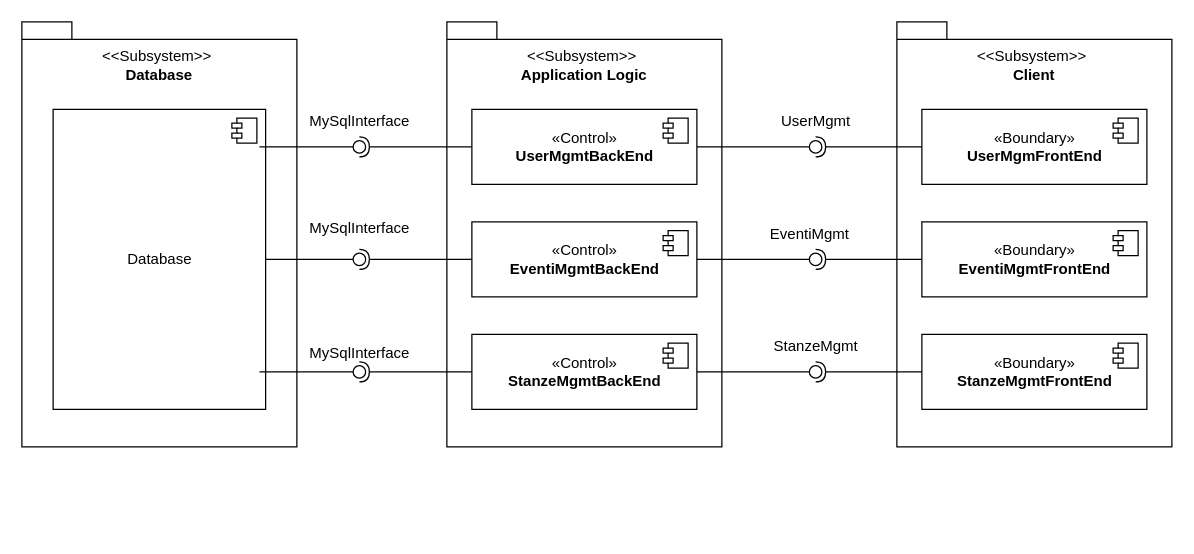
Above: Iterazione 1/ComponentDiagram.drawio in GionathaPirola/Progetto_PAC-GESA (draw.io), before the change. Source tidied: cells renumbered, new cells numbered last; positions are measured from the earlier drawing's top-left corner, leaving out a move shared by most shapes. Both pictures are drawn from the tidied source at 125%, with x=0, y=0 at pixel (21, 21).
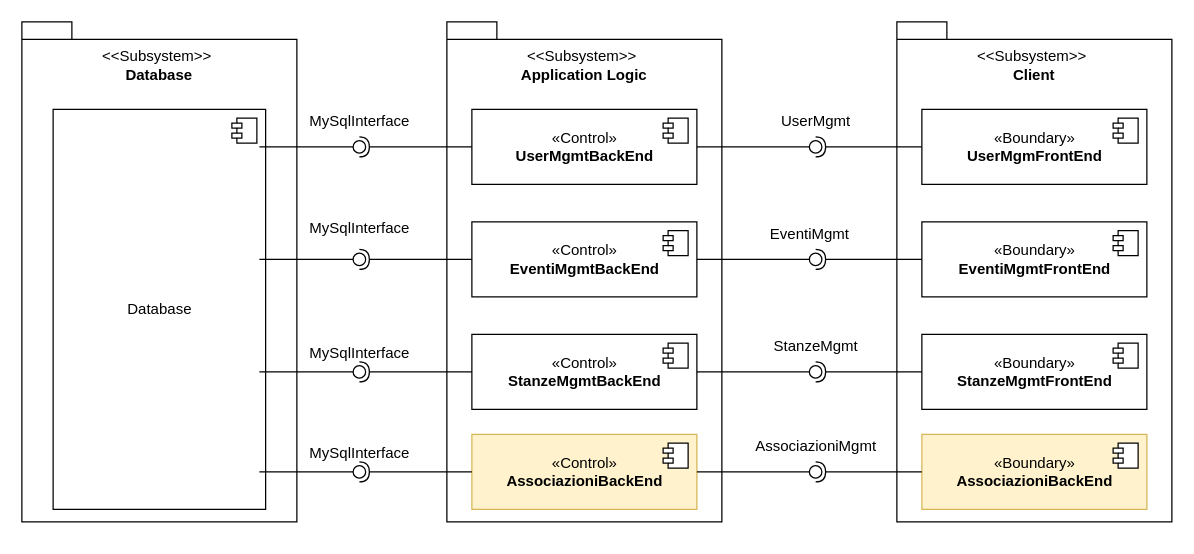
The same diagram, later.

Unchanged cells that the change refers to:
```xml
<mxCell id="29" style="ellipse;whiteSpace=wrap;html=1;align=center;points=[];outlineConnect=0;sketch=0;" parent="1" vertex="1">
  <mxGeometry x="265" y="185" width="10" height="10" as="geometry" />
</mxCell>
<mxCell id="43" style="ellipse;whiteSpace=wrap;html=1;align=center;points=[];outlineConnect=0;sketch=0;direction=south;" parent="1" vertex="1">
  <mxGeometry x="265" y="275" width="10" height="10" as="geometry" />
</mxCell>
```

What changed in the source:
```diff
@@
     <mxCell id="2" style="shape=folder;fontStyle=1;spacingTop=10;tabWidth=40;tabHeight=14;tabPosition=left;html=1;labelPosition=center;verticalLabelPosition=middle;align=center;verticalAlign=middle;" parent="1" vertex="1">
-      <mxGeometry width="220" height="340" as="geometry" />
+      <mxGeometry width="220" height="400" as="geometry" />
     </mxCell>
     <mxCell id="3" value="Database" style="html=1;" parent="1" vertex="1">
-      <mxGeometry x="25" y="70" width="170" height="240" as="geometry" />
+      <mxGeometry x="25" y="70" width="170" height="320" as="geometry" />
     </mxCell>
@@
     <mxCell id="7" style="shape=folder;fontStyle=1;spacingTop=10;tabWidth=40;tabHeight=14;tabPosition=left;html=1;labelPosition=center;verticalLabelPosition=middle;align=center;verticalAlign=middle;" parent="1" vertex="1">
-      <mxGeometry x="340" width="220" height="340" as="geometry" />
+      <mxGeometry x="340" width="220" height="400" as="geometry" />
     </mxCell>
@@
     <mxCell id="10" style="shape=folder;fontStyle=1;spacingTop=10;tabWidth=40;tabHeight=14;tabPosition=left;html=1;labelPosition=center;verticalLabelPosition=middle;align=center;verticalAlign=middle;" parent="1" vertex="1">
-      <mxGeometry x="700" width="220" height="340" as="geometry" />
+      <mxGeometry x="700" width="220" height="400" as="geometry" />
     </mxCell>
@@
-    <mxCell id="27" style="rounded=0;jettySize=auto;html=1;endArrow=none;endFill=0;sketch=0;sourcePerimeterSpacing=0;targetPerimeterSpacing=0;" parent="1" edge="1" source="3" target="29">
-      <mxGeometry relative="1" as="geometry" />
+    <mxCell id="27" style="rounded=0;jettySize=auto;html=1;endArrow=none;endFill=0;sketch=0;sourcePerimeterSpacing=0;targetPerimeterSpacing=0;" parent="1" edge="1" target="29">
+      <mxGeometry relative="1" as="geometry">
+        <mxPoint x="190" y="190" as="sourcePoint" />
+      </mxGeometry>
     </mxCell>
@@
-    <mxCell id="41" style="rounded=0;jettySize=auto;html=1;endArrow=none;endFill=0;sketch=0;sourcePerimeterSpacing=0;targetPerimeterSpacing=0;exitX=0.971;exitY=0.875;exitDx=0;exitDy=0;exitPerimeter=0;" parent="1" edge="1" source="3" target="43">
-      <mxGeometry relative="1" as="geometry" />
+    <mxCell id="41" style="rounded=0;jettySize=auto;html=1;endArrow=none;endFill=0;sketch=0;sourcePerimeterSpacing=0;targetPerimeterSpacing=0;" parent="1" edge="1" target="43">
+      <mxGeometry relative="1" as="geometry">
+        <mxPoint x="190" y="280" as="sourcePoint" />
+      </mxGeometry>
     </mxCell>
@@
+    <mxCell id="50" value="«Control»&lt;br&gt;&lt;b&gt;AssociazioniBackEnd&lt;/b&gt;" style="html=1;fillColor=#fff2cc;strokeColor=#d6b656;" parent="1" vertex="1">
+      <mxGeometry x="360" y="330" width="180" height="60" as="geometry" />
+    </mxCell>
+    <mxCell id="51" style="shape=module;jettyWidth=8;jettyHeight=4;" parent="50" vertex="1">
+      <mxGeometry x="1" width="20" height="20" relative="1" as="geometry">
+        <mxPoint x="-27" y="7" as="offset" />
+      </mxGeometry>
+    </mxCell>
+    <mxCell id="52" value="«Boundary»&lt;br&gt;&lt;b&gt;AssociazioniBackEnd&lt;/b&gt;" style="html=1;fillColor=#fff2cc;strokeColor=#d6b656;" parent="1" vertex="1">
+      <mxGeometry x="720" y="330" width="180" height="60" as="geometry" />
+    </mxCell>
+    <mxCell id="53" style="shape=module;jettyWidth=8;jettyHeight=4;" parent="52" vertex="1">
+      <mxGeometry x="1" width="20" height="20" relative="1" as="geometry">
+        <mxPoint x="-27" y="7" as="offset" />
+      </mxGeometry>
+    </mxCell>
+    <mxCell id="54" style="rounded=0;jettySize=auto;html=1;endArrow=none;endFill=0;sketch=0;sourcePerimeterSpacing=0;targetPerimeterSpacing=0;" parent="1" edge="1" target="56">
+      <mxGeometry relative="1" as="geometry">
+        <mxPoint x="190" y="360" as="sourcePoint" />
+      </mxGeometry>
+    </mxCell>
+    <mxCell id="55" style="rounded=0;jettySize=auto;html=1;endArrow=halfCircle;endFill=0;entryX=0.5;entryY=0.5;endSize=6;strokeWidth=1;sketch=0;" parent="1" edge="1" source="50" target="56">
+      <mxGeometry relative="1" as="geometry" />
+    </mxCell>
+    <mxCell id="56" style="ellipse;whiteSpace=wrap;html=1;align=center;points=[];outlineConnect=0;sketch=0;" parent="1" vertex="1">
+      <mxGeometry x="265" y="355" width="10" height="10" as="geometry" />
+    </mxCell>
+    <mxCell id="57" style="rounded=0;jettySize=auto;html=1;endArrow=none;endFill=0;sketch=0;sourcePerimeterSpacing=0;targetPerimeterSpacing=0;exitX=1;exitY=0.5;exitDx=0;exitDy=0;" parent="1" edge="1" source="50" target="59">
+      <mxGeometry relative="1" as="geometry" />
+    </mxCell>
+    <mxCell id="58" style="rounded=0;jettySize=auto;html=1;endArrow=halfCircle;endFill=0;entryX=0.5;entryY=0.5;endSize=6;strokeWidth=1;sketch=0;" parent="1" edge="1" source="52" target="59">
+      <mxGeometry relative="1" as="geometry" />
+    </mxCell>
+    <mxCell id="59" style="ellipse;whiteSpace=wrap;html=1;align=center;points=[];outlineConnect=0;sketch=0;" parent="1" vertex="1">
+      <mxGeometry x="630" y="355" width="10" height="10" as="geometry" />
+    </mxCell>
+    <mxCell id="60" value="MySqlInterface" style="text;html=1;align=center;verticalAlign=middle;strokeColor=none;fillColor=none;" parent="1" vertex="1">
+      <mxGeometry x="220" y="330" width="100" height="30" as="geometry" />
+    </mxCell>
+    <mxCell id="61" value="AssociazioniMgmt" style="text;html=1;align=center;verticalAlign=middle;strokeColor=none;fillColor=none;" parent="1" vertex="1">
+      <mxGeometry x="575" y="325" width="120" height="30" as="geometry" />
+    </mxCell>
```
